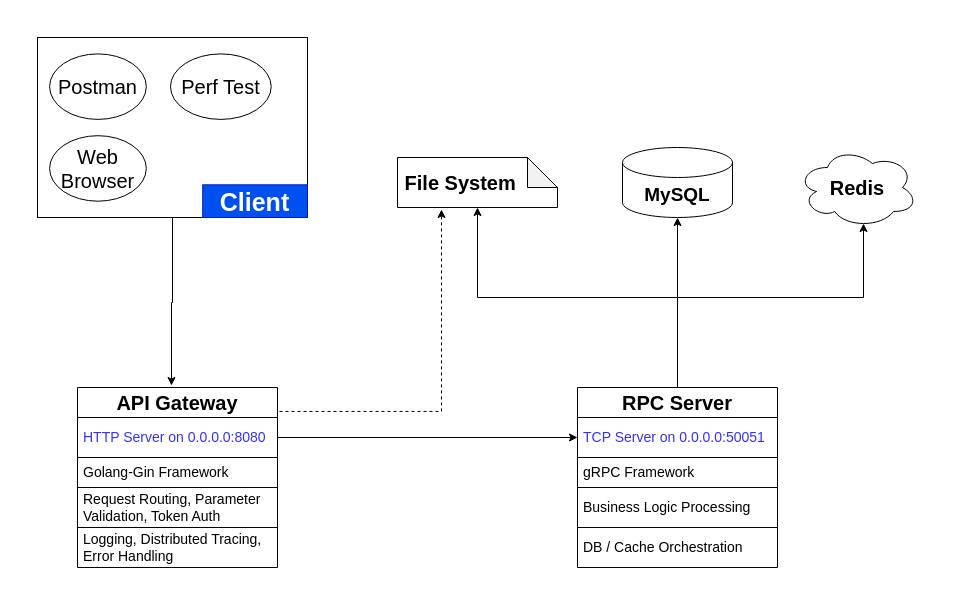
Before: tech-solution/user-management-framework.drawio in convexwf/diagram, a draw.io diagram. Source tidied: cells renumbered, new cells numbered last; positions are measured from the earlier drawing's top-left corner, leaving out a move shared by most shapes. Both pictures are drawn from the tidied source at 100%, with x=0, y=0 at pixel (37, 37).
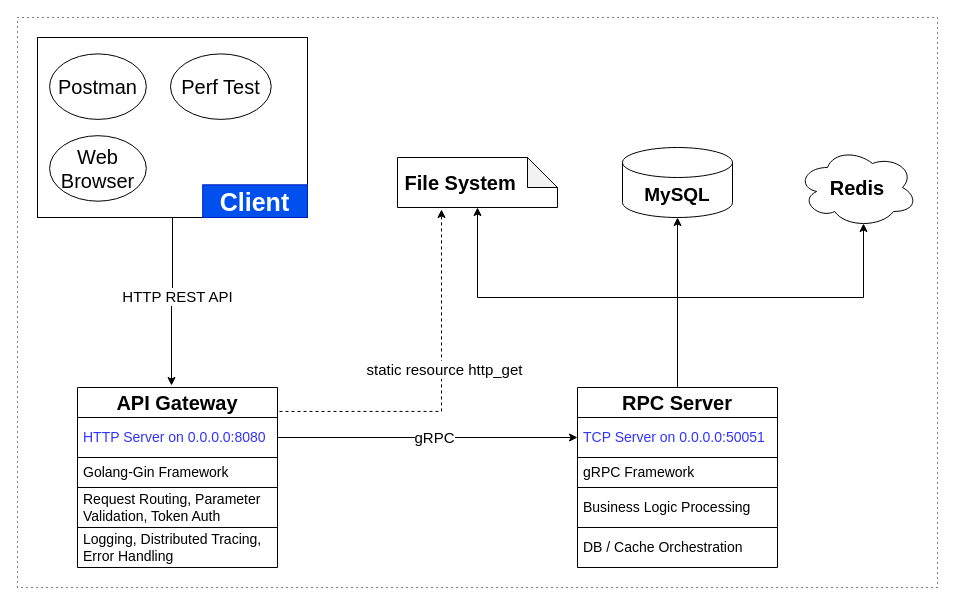
Above is the later version.

Unchanged cells that the change refers to:
```xml
<mxCell id="8" style="edgeStyle=orthogonalEdgeStyle;rounded=0;jettySize=auto;html=1;entryX=0;entryY=0.5;entryDx=0;entryDy=0;exitX=1;exitY=0.5;exitDx=0;exitDy=0;" parent="1" edge="1" source="10" target="16">
  <mxGeometry relative="1" as="geometry" />
</mxCell>
<mxCell id="14" style="edgeStyle=orthogonalEdgeStyle;rounded=0;jettySize=auto;html=1;exitX=0.5;exitY=1;exitDx=0;exitDy=0;entryX=0.47;entryY=-0.011;entryDx=0;entryDy=0;entryPerimeter=0;" parent="1" edge="1" source="3" target="9">
  <mxGeometry relative="1" as="geometry" />
</mxCell>
<mxCell id="26" style="edgeStyle=orthogonalEdgeStyle;rounded=0;jettySize=auto;html=1;exitX=1.01;exitY=0.133;exitDx=0;exitDy=0;entryX=0.275;entryY=1.04;entryDx=0;entryDy=0;entryPerimeter=0;exitPerimeter=0;dashed=1;" parent="1" edge="1" source="9" target="21">
  <mxGeometry relative="1" as="geometry" />
</mxCell>
```

Diff of the diagram source:
```diff
@@
+    <mxCell id="27" style="rounded=0;whiteSpace=wrap;html=1;dashed=1;dashPattern=1 4;" parent="1" vertex="1">
+      <mxGeometry x="-20" y="-20" width="920" height="570" as="geometry" />
+    </mxCell>
@@
+    <mxCell id="28" value="gRPC" style="edgeLabel;html=1;align=center;verticalAlign=middle;fontSize=15;" parent="8" vertex="1">
+      <mxGeometry x="0.04" y="1" relative="1" as="geometry" />
+    </mxCell>
@@
+    <mxCell id="29" value="&lt;font style=&quot;font-size: 15px;&quot;&gt;HTTP REST API&lt;/font&gt;" style="edgeLabel;html=1;align=center;verticalAlign=middle;" parent="14" vertex="1">
+      <mxGeometry x="-0.08" y="4" relative="1" as="geometry" />
+    </mxCell>
@@
+    <mxCell id="30" value="&lt;font style=&quot;font-size: 15px;&quot;&gt;static resource http_get&lt;/font&gt;" style="edgeLabel;html=1;align=center;verticalAlign=middle;" parent="26" vertex="1">
+      <mxGeometry x="0.12" y="-2" relative="1" as="geometry" />
+    </mxCell>
```
